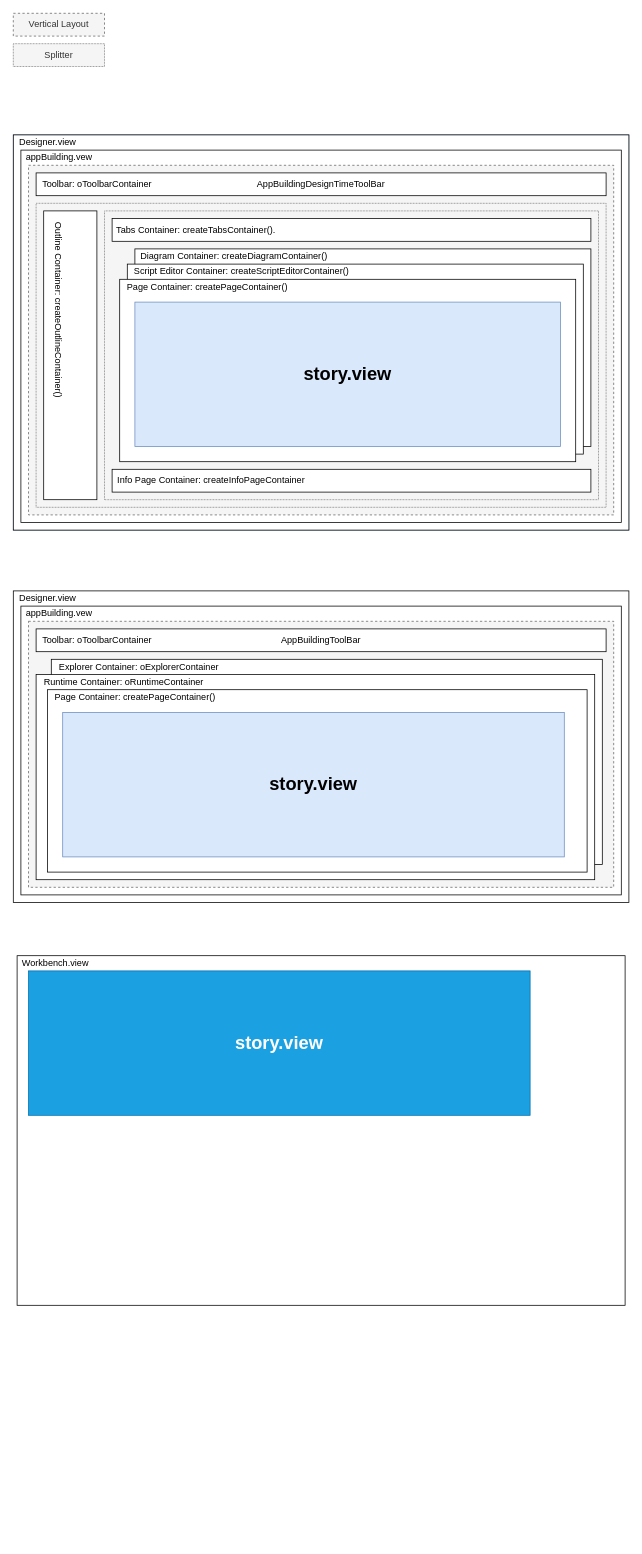
The draw.io diagram Application.drawio in windsonic/files, before the edit. Source tidied: cells renumbered, new cells numbered last; positions are measured from the earlier drawing's top-left corner, leaving out a move shared by most shapes. Both pictures are drawn from the tidied source at 76%, with x=0, y=0 at pixel (-36, 13).
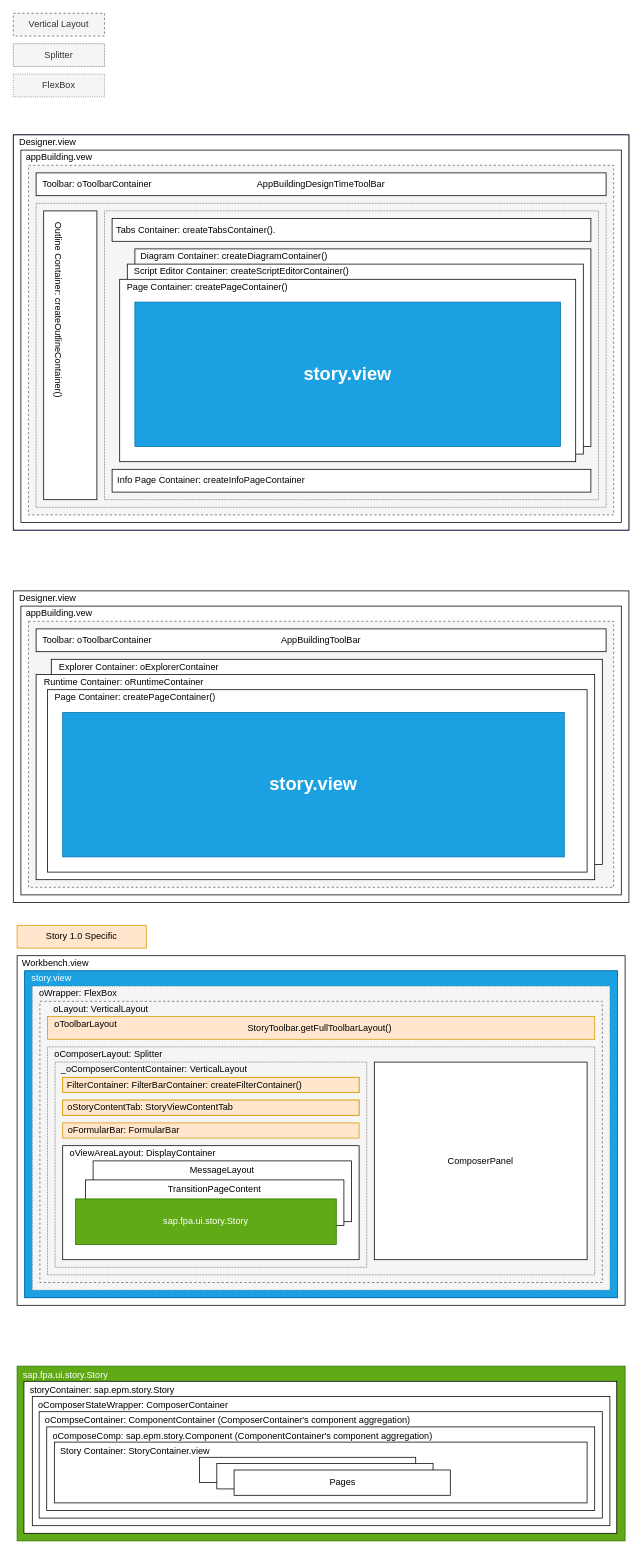
The same diagram, later.

Change to the diagram source:
```diff
@@
-    <mxCell id="15" style="group;fillColor=#dae8fc;strokeColor=#6c8ebf;" parent="1" vertex="1">
+    <mxCell id="15" style="group;fillColor=#0050ef;strokeColor=#001DBC;fontColor=#ffffff;" parent="1" vertex="1">
       <mxGeometry x="65" y="160" width="810" height="520" as="geometry" />
     </mxCell>
@@
-    <mxCell id="37" value="&lt;h1&gt;story.view&lt;/h1&gt;" style="rounded=0;whiteSpace=wrap;html=1;fillColor=#dae8fc;strokeColor=#6c8ebf;" parent="15" vertex="1">
+    <mxCell id="37" value="&lt;h1&gt;story.view&lt;/h1&gt;" style="rounded=0;whiteSpace=wrap;html=1;fillColor=#1ba1e2;strokeColor=#006EAF;fontColor=#ffffff;" parent="15" vertex="1">
       <mxGeometry x="160" y="220" width="560" height="190" as="geometry" />
     </mxCell>
@@
-    <mxCell id="40" value="&lt;h1&gt;story.view&lt;/h1&gt;" style="rounded=0;whiteSpace=wrap;html=1;fillColor=#dae8fc;strokeColor=#6c8ebf;" parent="1" vertex="1">
+    <mxCell id="40" value="&lt;h1&gt;story.view&lt;/h1&gt;" style="rounded=0;whiteSpace=wrap;html=1;fillColor=#1ba1e2;strokeColor=#006EAF;fontColor=#ffffff;" parent="1" vertex="1">
       <mxGeometry x="130" y="920" width="660" height="190" as="geometry" />
     </mxCell>
+    <mxCell id="44" style="group;" parent="1" vertex="1">
+      <mxGeometry x="70" y="1240" width="800" height="460" as="geometry" />
+    </mxCell>
-    <mxCell id="41" style="rounded=0;whiteSpace=wrap;html=1;" parent="1" vertex="1">
-      <mxGeometry x="70" y="1240" width="800" height="460" as="geometry" />
+    <mxCell id="41" style="rounded=0;whiteSpace=wrap;html=1;" parent="44" vertex="1">
+      <mxGeometry width="800" height="460" as="geometry" />
     </mxCell>
-    <mxCell id="42" value="Workbench.view" style="text;html=1;align=center;verticalAlign=middle;fillColor=none;strokeColor=none;rounded=0;" parent="1" vertex="1">
-      <mxGeometry x="70" y="1240" width="100" height="20" as="geometry" />
+    <mxCell id="42" value="Workbench.view" style="text;html=1;align=center;verticalAlign=middle;fillColor=none;strokeColor=none;rounded=0;" parent="44" vertex="1">
+      <mxGeometry width="100" height="20" as="geometry" />
     </mxCell>
+    <mxCell id="45" style="group;fillColor=#1ba1e2;fontColor=#ffffff;strokeColor=#006EAF;" parent="44" vertex="1">
+      <mxGeometry x="10" y="20" width="780" height="430" as="geometry" />
+    </mxCell>
-    <mxCell id="43" value="&lt;h1&gt;story.view&lt;/h1&gt;" style="rounded=0;whiteSpace=wrap;html=1;fillColor=#1ba1e2;fontColor=#ffffff;strokeColor=#006EAF;" parent="1" vertex="1">
-      <mxGeometry x="85" y="1260" width="660" height="190" as="geometry" />
+    <mxCell id="43" style="rounded=0;whiteSpace=wrap;html=1;fillColor=#1ba1e2;strokeColor=#006EAF;fontColor=#ffffff;" parent="45" vertex="1">
+      <mxGeometry width="780" height="430" as="geometry" />
     </mxCell>
+    <mxCell id="46" value="&lt;font color=&quot;#ffffff&quot;&gt;story.view&lt;/font&gt;" style="text;html=1;align=center;verticalAlign=middle;fillColor=none;strokeColor=none;rounded=0;" parent="45" vertex="1">
+      <mxGeometry width="70" height="20" as="geometry" />
+    </mxCell>
+    <mxCell id="47" style="rounded=0;whiteSpace=wrap;html=1;fillColor=#f5f5f5;fontColor=#333333;strokeColor=#666666;dashed=1;dashPattern=1 2;" parent="45" vertex="1">
+      <mxGeometry x="10" y="20" width="760" height="400" as="geometry" />
+    </mxCell>
+    <mxCell id="48" style="rounded=0;whiteSpace=wrap;html=1;dashed=1;fillColor=#f5f5f5;strokeColor=#666666;fontColor=#333333;" parent="45" vertex="1">
+      <mxGeometry x="20" y="40" width="740" height="370" as="geometry" />
+    </mxCell>
+    <mxCell id="49" value="oLayout: VerticalLayout" style="text;html=1;align=center;verticalAlign=middle;fillColor=none;strokeColor=none;rounded=0;dashed=1;dashPattern=1 2;" parent="45" vertex="1">
+      <mxGeometry x="30" y="40" width="140" height="20" as="geometry" />
+    </mxCell>
+    <mxCell id="50" value="oWrapper: FlexBox" style="text;html=1;align=center;verticalAlign=middle;fillColor=none;strokeColor=none;rounded=0;dashed=1;dashPattern=1 2;" parent="45" vertex="1">
+      <mxGeometry x="10" y="20" width="120" height="20" as="geometry" />
+    </mxCell>
+    <mxCell id="51" value="StoryToolbar.getFullToolbarLayout()&amp;nbsp;" style="rounded=0;whiteSpace=wrap;html=1;fillColor=#ffe6cc;strokeColor=#d79b00;" parent="45" vertex="1">
+      <mxGeometry x="30" y="60" width="720" height="30" as="geometry" />
+    </mxCell>
+    <mxCell id="52" value="oToolbarLayout" style="text;html=1;align=center;verticalAlign=middle;fillColor=none;strokeColor=none;rounded=0;" parent="45" vertex="1">
+      <mxGeometry x="30" y="60" width="100" height="20" as="geometry" />
+    </mxCell>
+    <mxCell id="53" style="group;" parent="45" vertex="1">
+      <mxGeometry x="30" y="100" width="720" height="300" as="geometry" />
+    </mxCell>
+    <mxCell id="54" style="rounded=0;whiteSpace=wrap;html=1;dashed=1;fillColor=#f5f5f5;strokeColor=#666666;dashPattern=1 1;fontColor=#333333;" parent="53" vertex="1">
+      <mxGeometry width="720" height="300" as="geometry" />
+    </mxCell>
+    <mxCell id="55" value="oComposerLayout: Splitter" style="text;html=1;align=center;verticalAlign=middle;fillColor=none;strokeColor=none;rounded=0;" parent="53" vertex="1">
+      <mxGeometry width="160" height="20" as="geometry" />
+    </mxCell>
+    <mxCell id="56" value="ComposerPanel" style="rounded=0;whiteSpace=wrap;html=1;" parent="53" vertex="1">
+      <mxGeometry x="430" y="20" width="280" height="260" as="geometry" />
+    </mxCell>
+    <mxCell id="57" value="FlexBox" style="rounded=0;whiteSpace=wrap;html=1;fillColor=#f5f5f5;fontColor=#333333;strokeColor=#666666;dashed=1;dashPattern=1 2;" parent="1" vertex="1">
+      <mxGeometry x="65" y="80" width="120" height="30" as="geometry" />
+    </mxCell>
+    <mxCell id="58" style="group;verticalAlign=middle;" parent="1" vertex="1">
+      <mxGeometry x="120" y="1380" width="410" height="270" as="geometry" />
+    </mxCell>
+    <mxCell id="59" style="rounded=0;whiteSpace=wrap;html=1;dashed=1;fillColor=#f5f5f5;strokeColor=#666666;dashPattern=1 1;fontColor=#333333;" parent="58" vertex="1">
+      <mxGeometry width="410" height="270" as="geometry" />
+    </mxCell>
+    <mxCell id="60" value="_oComposerContentContainer: VerticalLayout" style="text;html=1;align=center;verticalAlign=middle;fillColor=none;strokeColor=none;rounded=0;" parent="58" vertex="1">
+      <mxGeometry width="260" height="20" as="geometry" />
+    </mxCell>
+    <mxCell id="61" style="group;fillColor=#ffe6cc;strokeColor=#d79b00;" parent="58" vertex="1">
+      <mxGeometry x="10" y="50" width="390" height="20" as="geometry" />
+    </mxCell>
+    <mxCell id="62" style="rounded=0;whiteSpace=wrap;html=1;fillColor=#ffe6cc;strokeColor=#d79b00;" parent="61" vertex="1">
+      <mxGeometry width="390" height="20" as="geometry" />
+    </mxCell>
+    <mxCell id="63" value="oStoryContentTab: StoryViewContentTab" style="text;html=1;align=center;verticalAlign=middle;fillColor=none;strokeColor=none;rounded=0;" parent="61" vertex="1">
+      <mxGeometry width="230" height="20" as="geometry" />
+    </mxCell>
+    <mxCell id="64" style="rounded=0;whiteSpace=wrap;html=1;" parent="58" vertex="1">
+      <mxGeometry x="10" y="110" width="390" height="150" as="geometry" />
+    </mxCell>
+    <mxCell id="65" value="oViewAreaLayout: DisplayContainer" style="text;html=1;align=center;verticalAlign=middle;fillColor=none;strokeColor=none;rounded=0;" parent="58" vertex="1">
+      <mxGeometry x="10" y="110" width="210" height="20" as="geometry" />
+    </mxCell>
+    <mxCell id="66" value="MessageLayout" style="rounded=0;whiteSpace=wrap;html=1;verticalAlign=top;spacing=0;" parent="58" vertex="1">
+      <mxGeometry x="50" y="130" width="340" height="80" as="geometry" />
+    </mxCell>
+    <mxCell id="67" value="TransitionPageContent" style="rounded=0;whiteSpace=wrap;html=1;verticalAlign=top;spacing=1;" parent="58" vertex="1">
+      <mxGeometry x="40" y="155" width="340" height="60" as="geometry" />
+    </mxCell>
+    <mxCell id="68" value="sap.fpa.ui.story.Story" style="rounded=0;whiteSpace=wrap;html=1;verticalAlign=middle;spacing=1;fillColor=#60a917;strokeColor=#2D7600;fontColor=#ffffff;" parent="58" vertex="1">
+      <mxGeometry x="27" y="180" width="343" height="60" as="geometry" />
+    </mxCell>
+    <mxCell id="69" style="group;fillColor=#ffe6cc;strokeColor=#d79b00;" parent="1" vertex="1">
+      <mxGeometry x="130" y="1400" width="390" height="20" as="geometry" />
+    </mxCell>
+    <mxCell id="70" style="rounded=0;whiteSpace=wrap;html=1;fillColor=#ffe6cc;strokeColor=#d79b00;" parent="69" vertex="1">
+      <mxGeometry width="390" height="20" as="geometry" />
+    </mxCell>
+    <mxCell id="71" value="FilterContainer: FilterBarContainer: createFilterContainer()" style="text;html=1;align=center;verticalAlign=middle;fillColor=none;strokeColor=none;rounded=0;" parent="69" vertex="1">
+      <mxGeometry width="320" height="20" as="geometry" />
+    </mxCell>
+    <mxCell id="72" style="group;" parent="1" vertex="1">
+      <mxGeometry x="130" y="1460" width="390" height="20" as="geometry" />
+    </mxCell>
+    <mxCell id="73" style="rounded=0;whiteSpace=wrap;html=1;fillColor=#ffe6cc;strokeColor=#d79b00;" parent="72" vertex="1">
+      <mxGeometry width="390" height="20" as="geometry" />
+    </mxCell>
+    <mxCell id="74" value="oFormularBar: FormularBar" style="text;html=1;align=center;verticalAlign=middle;fillColor=none;strokeColor=none;rounded=0;" parent="72" vertex="1">
+      <mxGeometry width="160" height="20" as="geometry" />
+    </mxCell>
+    <mxCell id="75" value="sap.fpa.ui.story.Story" style="rounded=0;whiteSpace=wrap;html=1;verticalAlign=top;spacing=0;fillColor=#60a917;strokeColor=#2D7600;align=left;spacingLeft=8;fontColor=#ffffff;" parent="1" vertex="1">
+      <mxGeometry x="70" y="1780" width="800" height="230" as="geometry" />
+    </mxCell>
+    <mxCell id="76" value="storyContainer: sap.epm.story.Story&amp;nbsp;" style="rounded=0;whiteSpace=wrap;html=1;verticalAlign=top;align=left;spacing=0;spacingLeft=8;" parent="1" vertex="1">
+      <mxGeometry x="79" y="1800" width="780" height="200" as="geometry" />
+    </mxCell>
+    <mxCell id="77" value="oComposerStateWrapper: ComposerContainer" style="rounded=0;whiteSpace=wrap;html=1;verticalAlign=top;align=left;spacing=0;spacingLeft=8;" parent="1" vertex="1">
+      <mxGeometry x="90" y="1820" width="760" height="170" as="geometry" />
+    </mxCell>
+    <mxCell id="78" value="oCompseContainer: ComponentContainer (ComposerContainer's component aggregation)" style="rounded=0;whiteSpace=wrap;html=1;verticalAlign=top;align=left;spacing=0;spacingLeft=8;" parent="1" vertex="1">
+      <mxGeometry x="99" y="1840" width="741" height="140" as="geometry" />
+    </mxCell>
+    <mxCell id="79" value="oComposeComp: sap.epm.story.Component (ComponentContainer's component aggregation)" style="rounded=0;whiteSpace=wrap;html=1;verticalAlign=top;align=left;spacing=0;spacingLeft=8;" parent="1" vertex="1">
+      <mxGeometry x="109" y="1860" width="721" height="110" as="geometry" />
+    </mxCell>
+    <mxCell id="80" value="Story Container: StoryContainer.view" style="rounded=0;whiteSpace=wrap;html=1;verticalAlign=top;align=left;spacing=0;spacingLeft=8;" parent="1" vertex="1">
+      <mxGeometry x="119" y="1880" width="701" height="80" as="geometry" />
+    </mxCell>
+    <mxCell id="81" style="group;" parent="1" vertex="1">
+      <mxGeometry x="310" y="1900" width="330" height="50" as="geometry" />
+    </mxCell>
+    <mxCell id="82" style="rounded=0;whiteSpace=wrap;html=1;" parent="81" vertex="1">
+      <mxGeometry width="284.5" height="33.3" as="geometry" />
+    </mxCell>
+    <mxCell id="83" style="rounded=0;whiteSpace=wrap;html=1;" parent="81" vertex="1">
+      <mxGeometry x="22.8" y="8.3" width="284.5" height="33.3" as="geometry" />
+    </mxCell>
+    <mxCell id="84" value="Pages" style="rounded=0;whiteSpace=wrap;html=1;" parent="81" vertex="1">
+      <mxGeometry x="45.5" y="16.7" width="284.5" height="33.3" as="geometry" />
+    </mxCell>
+    <mxCell id="85" value="Story 1.0 Specific" style="rounded=0;whiteSpace=wrap;html=1;fillColor=#ffe6cc;strokeColor=#d79b00;" parent="1" vertex="1">
+      <mxGeometry x="70" y="1200" width="170" height="30" as="geometry" />
+    </mxCell>
```
